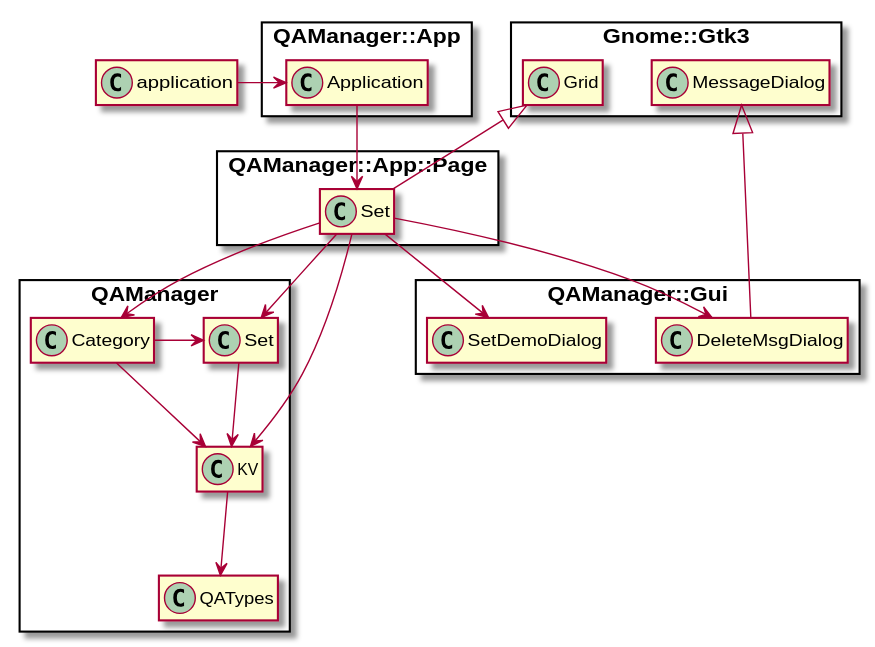
Before: doc/plantuml/structure-set.svg, a diagram exported from PlantUML (MARTIMM/qa-manager). Source of this version:
```plantuml
@startuml
skinparam packageStyle rectangle
set namespaceSeparator ::
hide members

application -> QAManager::App::Application

QAManager::App::Application --> QAManager::App::Page::Set



QAManager::App::Page::Set --> QAManager::Category
QAManager::App::Page::Set --> QAManager::Set
QAManager::App::Page::Set --> QAManager::KV
QAManager::App::Page::Set --> QAManager::Gui::DeleteMsgDialog
QAManager::App::Page::Set --> QAManager::Gui::SetDemoDialog

Gnome::Gtk3::Grid <|-- QAManager::App::Page::Set


QAManager::Category -> QAManager::Set
QAManager::Category --> QAManager::KV



QAManager::Set --> QAManager::KV

QAManager::KV --> QAManager::QATypes


Gnome::Gtk3::MessageDialog <|-- QAManager::Gui::DeleteMsgDialog




@enduml
```
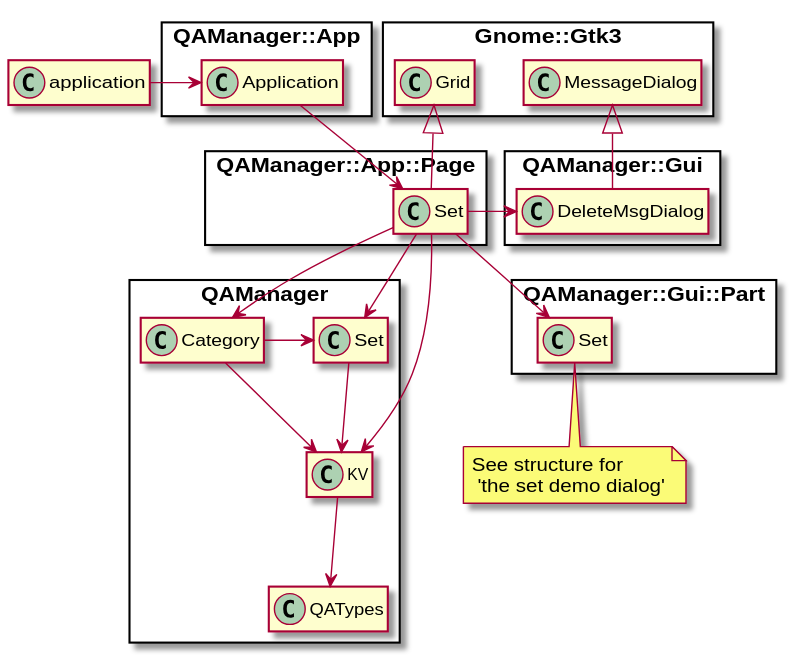
After the change.

Commit message:
uml notes

Change to the diagram source:
```diff
@@ -2,6 +2,7 @@
 skinparam packageStyle rectangle
 set namespaceSeparator ::
 hide members
+
 
 application -> QAManager::App::Application
 
@@ -12,8 +13,10 @@
 QAManager::App::Page::Set --> QAManager::Category
 QAManager::App::Page::Set --> QAManager::Set
 QAManager::App::Page::Set --> QAManager::KV
-QAManager::App::Page::Set --> QAManager::Gui::DeleteMsgDialog
-QAManager::App::Page::Set --> QAManager::Gui::SetDemoDialog
+QAManager::App::Page::Set -> QAManager::Gui::DeleteMsgDialog
+QAManager::App::Page::Set --> QAManager::Gui::Part::Set
+note "See structure for\n 'the set demo dialog'" as N1
+QAManager::Gui::Part::Set .. N1
 
 Gnome::Gtk3::Grid <|-- QAManager::App::Page::Set
 
```
